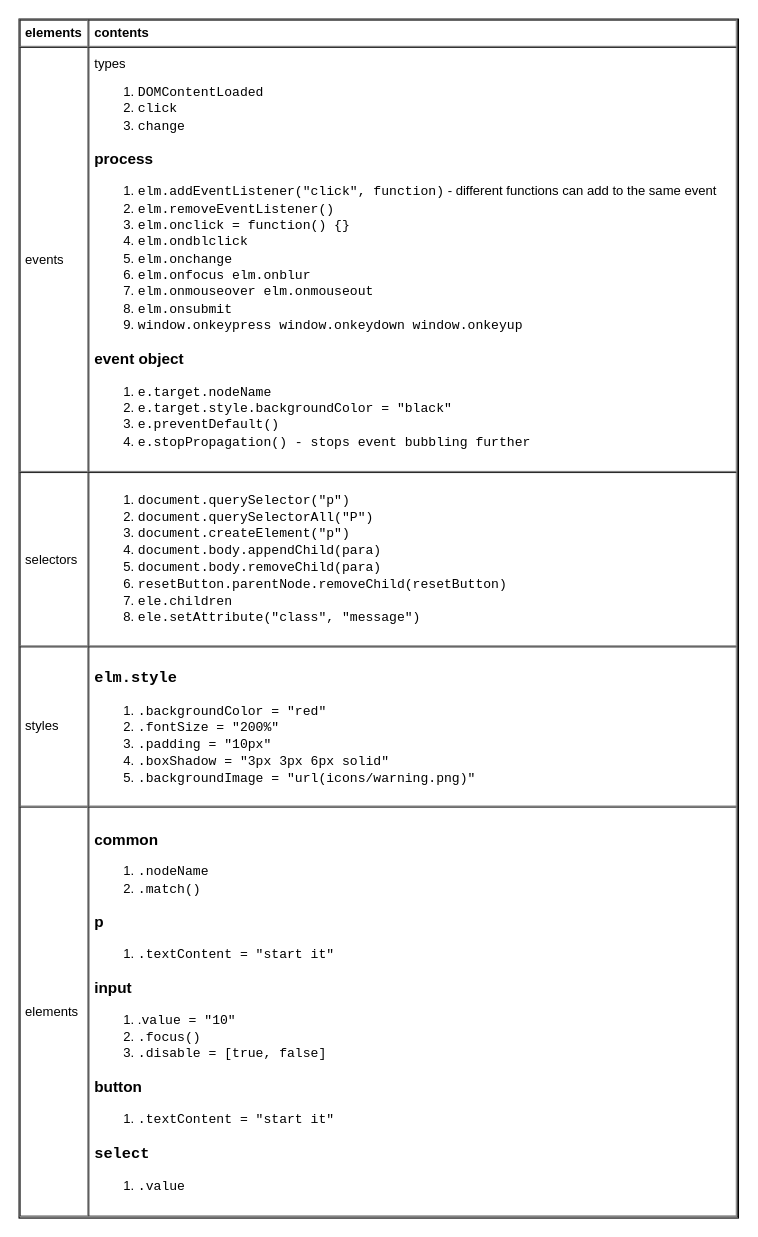
Earlier version of the draw.io diagram page "dom" (2 of 4) of languages/javascript/javascript.drawio (yangdj/tf_docs). Source tidied: cells renumbered, new cells numbered last; positions are measured from the earlier drawing's top-left corner, leaving out a move shared by most shapes. Both pictures are drawn from the tidied source at 109%, with x=0, y=0 at pixel (19, 19).
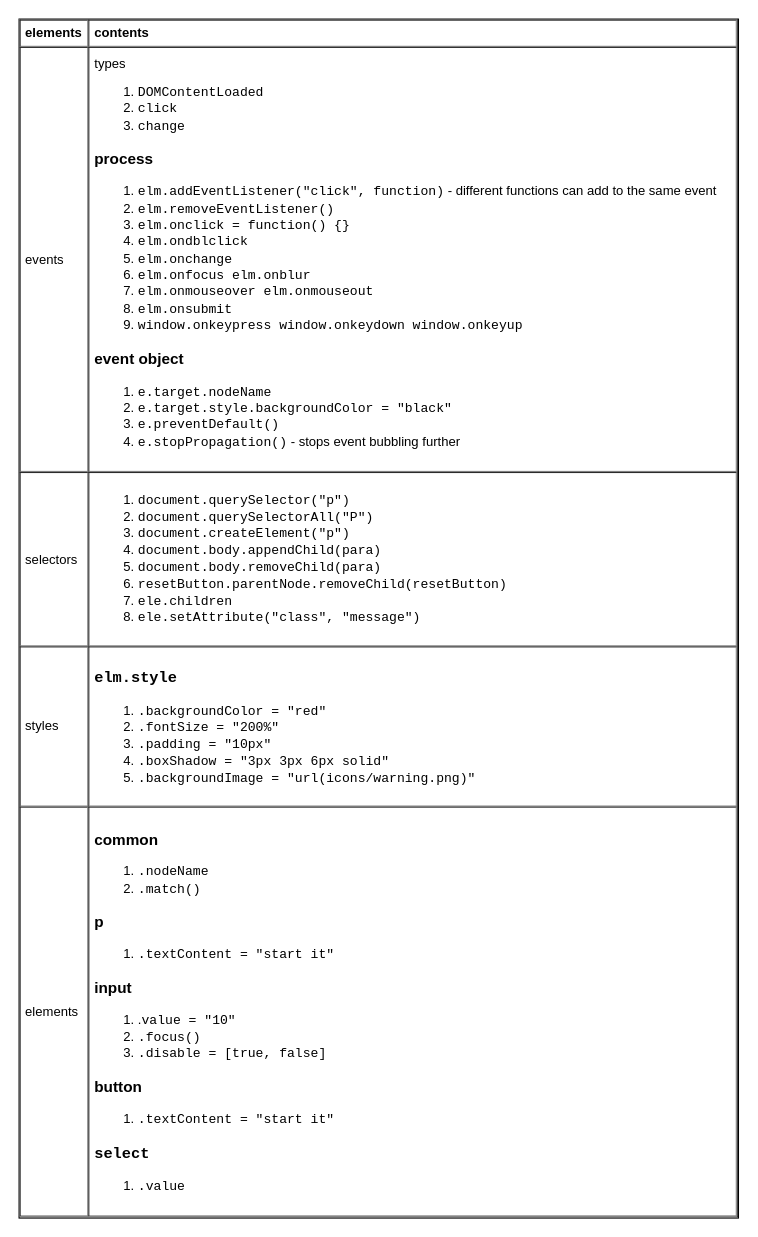
After the change.

The edit, as a diff of the source:
```diff
@@
 <mxGraphModel>
   <root>
     <mxCell id="0" />
     <mxCell id="1" parent="0" />
-    <mxCell id="2" value="&lt;table cellpadding=&quot;4&quot; cellspacing=&quot;0&quot; border=&quot;1&quot; style=&quot;font-size: 1em ; width: 100% ; height: 100%&quot;&gt;&lt;tbody&gt;&lt;tr&gt;&lt;th&gt;elements&lt;/th&gt;&lt;th&gt;contents&lt;/th&gt;&lt;/tr&gt;&lt;tr&gt;&lt;td&gt;events&lt;/td&gt;&lt;td&gt;&lt;div&gt;types&lt;/div&gt;&lt;ol&gt;&lt;li&gt;&lt;font face=&quot;Courier New&quot;&gt;DOMContentLoaded&lt;/font&gt;&lt;/li&gt;&lt;li&gt;&lt;font face=&quot;Courier New&quot;&gt;click&lt;/font&gt;&lt;/li&gt;&lt;li&gt;&lt;font face=&quot;Courier New&quot;&gt;change&lt;/font&gt;&lt;/li&gt;&lt;/ol&gt;&lt;h3&gt;process&lt;/h3&gt;&lt;ol&gt;&lt;li&gt;&lt;font face=&quot;Courier New&quot;&gt;elm.addEventListener(&quot;click&quot;, function)&lt;/font&gt;&amp;nbsp;- different functions can add to the same event&lt;/li&gt;&lt;li&gt;&lt;font face=&quot;Courier New&quot;&gt;elm.removeEventListener()&lt;/font&gt;&lt;/li&gt;&lt;li&gt;&lt;font face=&quot;Courier New&quot;&gt;elm.onclick = function() {}&lt;/font&gt;&lt;/li&gt;&lt;li&gt;&lt;font face=&quot;Courier New&quot;&gt;elm.ondblclick&lt;/font&gt;&lt;/li&gt;&lt;li&gt;&lt;font face=&quot;Courier New&quot;&gt;elm.onchange&lt;/font&gt;&lt;/li&gt;&lt;li&gt;&lt;font face=&quot;Courier New&quot;&gt;elm.onfocus elm.onblur&lt;/font&gt;&lt;/li&gt;&lt;li&gt;&lt;font face=&quot;Courier New&quot;&gt;elm.onmouseover elm.onmouseout&lt;/font&gt;&lt;/li&gt;&lt;li&gt;&lt;font face=&quot;Courier New&quot;&gt;elm.onsubmit&lt;/font&gt;&lt;/li&gt;&lt;li&gt;&lt;font face=&quot;Courier New&quot;&gt;window.onkeypress window.onkeydown window.onkeyup&lt;/font&gt;&lt;/li&gt;&lt;/ol&gt;&lt;h3&gt;event object&lt;/h3&gt;&lt;div&gt;&lt;ol&gt;&lt;li&gt;&lt;font face=&quot;Courier New&quot;&gt;e.target.nodeName&lt;/font&gt;&lt;/li&gt;&lt;li&gt;&lt;font face=&quot;Courier New&quot;&gt;e.target.style.backgroundColor = &quot;black&quot;&lt;/font&gt;&lt;/li&gt;&lt;li&gt;&lt;font face=&quot;Courier New&quot;&gt;e.preventDefault()&lt;/font&gt;&lt;/li&gt;&lt;li&gt;&lt;font face=&quot;Courier New&quot;&gt;e.stopPropagation() - stops event bubbling further&lt;/font&gt;&lt;/li&gt;&lt;/ol&gt;&lt;/div&gt;&lt;/td&gt;&lt;/tr&gt;&lt;tr&gt;&lt;td&gt;selectors&lt;/td&gt;&lt;td&gt;&lt;ol&gt;&lt;li&gt;&lt;font face=&quot;Courier New&quot;&gt;document.querySelector(&quot;p&quot;)&lt;/font&gt;&lt;/li&gt;&lt;li&gt;&lt;font face=&quot;Courier New&quot;&gt;document.querySelectorAll(&quot;P&quot;)&lt;/font&gt;&lt;/li&gt;&lt;li&gt;&lt;font face=&quot;Courier New&quot;&gt;document.createElement(&quot;p&quot;)&lt;/font&gt;&lt;/li&gt;&lt;li&gt;&lt;font face=&quot;Courier New&quot;&gt;document.body.appendChild(para)&lt;/font&gt;&lt;/li&gt;&lt;li&gt;&lt;font face=&quot;Courier New&quot;&gt;document.body.removeChild(para)&lt;/font&gt;&lt;/li&gt;&lt;li&gt;&lt;font face=&quot;Courier New&quot;&gt;resetButton.parentNode.removeChild(resetButton)&lt;/font&gt;&lt;/li&gt;&lt;li&gt;&lt;font face=&quot;Courier New&quot;&gt;ele.children&lt;/font&gt;&lt;/li&gt;&lt;li&gt;&lt;font face=&quot;Courier New&quot;&gt;ele.setAttribute(&quot;class&quot;, &quot;message&quot;)&lt;/font&gt;&lt;/li&gt;&lt;/ol&gt;&lt;/td&gt;&lt;/tr&gt;&lt;tr&gt;&lt;td&gt;styles&lt;/td&gt;&lt;td&gt;&lt;h3&gt;&lt;font face=&quot;Courier New&quot;&gt;elm.style&lt;/font&gt;&lt;/h3&gt;&lt;ol&gt;&lt;li&gt;&lt;font face=&quot;Courier New&quot;&gt;.backgroundColor = &quot;red&quot;&lt;/font&gt;&lt;/li&gt;&lt;li&gt;&lt;font face=&quot;Courier New&quot;&gt;.fontSize = &quot;200%&quot;&lt;/font&gt;&lt;/li&gt;&lt;li&gt;&lt;font face=&quot;Courier New&quot;&gt;.padding = &quot;10px&quot;&lt;/font&gt;&lt;/li&gt;&lt;li&gt;&lt;font face=&quot;Courier New&quot;&gt;.boxShadow = &quot;3px 3px 6px solid&quot;&lt;/font&gt;&lt;/li&gt;&lt;li&gt;&lt;font face=&quot;Courier New&quot;&gt;.backgroundImage = &quot;url(icons/warning.png)&quot;&lt;/font&gt;&lt;/li&gt;&lt;/ol&gt;&lt;/td&gt;&lt;/tr&gt;&lt;tr&gt;&lt;td&gt;elements&lt;/td&gt;&lt;td&gt;&lt;h3&gt;common&lt;/h3&gt;&lt;div&gt;&lt;ol&gt;&lt;li&gt;&lt;font face=&quot;Courier New&quot;&gt;.nodeName&lt;/font&gt;&lt;/li&gt;&lt;li&gt;&lt;font face=&quot;Courier New&quot;&gt;.match()&lt;/font&gt;&lt;/li&gt;&lt;/ol&gt;&lt;/div&gt;&lt;h3&gt;p&lt;/h3&gt;&lt;div&gt;&lt;ol&gt;&lt;li&gt;&lt;font face=&quot;Courier New&quot;&gt;.textContent&amp;nbsp;= &quot;start it&quot;&lt;/font&gt;&lt;/li&gt;&lt;/ol&gt;&lt;h3&gt;input&lt;/h3&gt;&lt;/div&gt;&lt;div&gt;&lt;ol&gt;&lt;li&gt;.&lt;font face=&quot;Courier New&quot;&gt;value = &quot;10&quot;&lt;/font&gt;&lt;/li&gt;&lt;li&gt;&lt;font face=&quot;Courier New&quot;&gt;.focus()&lt;/font&gt;&lt;/li&gt;&lt;li&gt;&lt;font face=&quot;Courier New&quot;&gt;.disable = [true, false]&lt;/font&gt;&lt;/li&gt;&lt;/ol&gt;&lt;h3&gt;button&lt;/h3&gt;&lt;/div&gt;&lt;div&gt;&lt;ol&gt;&lt;li&gt;&lt;font face=&quot;Courier New&quot;&gt;.textContent = &quot;start it&quot;&lt;/font&gt;&lt;/li&gt;&lt;/ol&gt;&lt;h3&gt;&lt;font face=&quot;Courier New&quot;&gt;select&lt;/font&gt;&lt;/h3&gt;&lt;/div&gt;&lt;div&gt;&lt;ol&gt;&lt;li&gt;&lt;font face=&quot;Courier New&quot;&gt;.value&lt;/font&gt;&lt;/li&gt;&lt;/ol&gt;&lt;/div&gt;&lt;/td&gt;&lt;/tr&gt;&lt;/tbody&gt;&lt;/table&gt; " style="verticalAlign=top;align=left;overflow=fill;fontSize=12;fontFamily=Helvetica;html=1;" parent="1" vertex="1">
+    <mxCell id="2" value="&lt;table cellpadding=&quot;4&quot; cellspacing=&quot;0&quot; border=&quot;1&quot; style=&quot;font-size: 1em ; width: 100% ; height: 100%&quot;&gt;&lt;tbody&gt;&lt;tr&gt;&lt;th&gt;elements&lt;/th&gt;&lt;th&gt;contents&lt;/th&gt;&lt;/tr&gt;&lt;tr&gt;&lt;td&gt;events&lt;/td&gt;&lt;td&gt;&lt;div&gt;types&lt;/div&gt;&lt;ol&gt;&lt;li&gt;&lt;font face=&quot;Courier New&quot;&gt;DOMContentLoaded&lt;/font&gt;&lt;/li&gt;&lt;li&gt;&lt;font face=&quot;Courier New&quot;&gt;click&lt;/font&gt;&lt;/li&gt;&lt;li&gt;&lt;font face=&quot;Courier New&quot;&gt;change&lt;/font&gt;&lt;/li&gt;&lt;/ol&gt;&lt;h3&gt;process&lt;/h3&gt;&lt;ol&gt;&lt;li&gt;&lt;font face=&quot;Courier New&quot;&gt;elm.addEventListener(&quot;click&quot;, function)&lt;/font&gt;&amp;nbsp;- different functions can add to the same event&lt;/li&gt;&lt;li&gt;&lt;font face=&quot;Courier New&quot;&gt;elm.removeEventListener()&lt;/font&gt;&lt;/li&gt;&lt;li&gt;&lt;font face=&quot;Courier New&quot;&gt;elm.onclick = function() {}&lt;/font&gt;&lt;/li&gt;&lt;li&gt;&lt;font face=&quot;Courier New&quot;&gt;elm.ondblclick&lt;/font&gt;&lt;/li&gt;&lt;li&gt;&lt;font face=&quot;Courier New&quot;&gt;elm.onchange&lt;/font&gt;&lt;/li&gt;&lt;li&gt;&lt;font face=&quot;Courier New&quot;&gt;elm.onfocus elm.onblur&lt;/font&gt;&lt;/li&gt;&lt;li&gt;&lt;font face=&quot;Courier New&quot;&gt;elm.onmouseover elm.onmouseout&lt;/font&gt;&lt;/li&gt;&lt;li&gt;&lt;font face=&quot;Courier New&quot;&gt;elm.onsubmit&lt;/font&gt;&lt;/li&gt;&lt;li&gt;&lt;font face=&quot;Courier New&quot;&gt;window.onkeypress window.onkeydown window.onkeyup&lt;/font&gt;&lt;/li&gt;&lt;/ol&gt;&lt;h3&gt;event object&lt;/h3&gt;&lt;div&gt;&lt;ol&gt;&lt;li&gt;&lt;font face=&quot;Courier New&quot;&gt;e.target.nodeName&lt;/font&gt;&lt;/li&gt;&lt;li&gt;&lt;font face=&quot;Courier New&quot;&gt;e.target.style.backgroundColor = &quot;black&quot;&lt;/font&gt;&lt;/li&gt;&lt;li&gt;&lt;font face=&quot;Courier New&quot;&gt;e.preventDefault()&lt;/font&gt;&lt;/li&gt;&lt;li&gt;&lt;font face=&quot;Courier New&quot;&gt;e.stopPropagation()&lt;/font&gt; - stops event bubbling further&lt;/li&gt;&lt;/ol&gt;&lt;/div&gt;&lt;/td&gt;&lt;/tr&gt;&lt;tr&gt;&lt;td&gt;selectors&lt;/td&gt;&lt;td&gt;&lt;ol&gt;&lt;li&gt;&lt;font face=&quot;Courier New&quot;&gt;document.querySelector(&quot;p&quot;)&lt;/font&gt;&lt;/li&gt;&lt;li&gt;&lt;font face=&quot;Courier New&quot;&gt;document.querySelectorAll(&quot;P&quot;)&lt;/font&gt;&lt;/li&gt;&lt;li&gt;&lt;font face=&quot;Courier New&quot;&gt;document.createElement(&quot;p&quot;)&lt;/font&gt;&lt;/li&gt;&lt;li&gt;&lt;font face=&quot;Courier New&quot;&gt;document.body.appendChild(para)&lt;/font&gt;&lt;/li&gt;&lt;li&gt;&lt;font face=&quot;Courier New&quot;&gt;document.body.removeChild(para)&lt;/font&gt;&lt;/li&gt;&lt;li&gt;&lt;font face=&quot;Courier New&quot;&gt;resetButton.parentNode.removeChild(resetButton)&lt;/font&gt;&lt;/li&gt;&lt;li&gt;&lt;font face=&quot;Courier New&quot;&gt;ele.children&lt;/font&gt;&lt;/li&gt;&lt;li&gt;&lt;font face=&quot;Courier New&quot;&gt;ele.setAttribute(&quot;class&quot;, &quot;message&quot;)&lt;/font&gt;&lt;/li&gt;&lt;/ol&gt;&lt;/td&gt;&lt;/tr&gt;&lt;tr&gt;&lt;td&gt;styles&lt;/td&gt;&lt;td&gt;&lt;h3&gt;&lt;font face=&quot;Courier New&quot;&gt;elm.style&lt;/font&gt;&lt;/h3&gt;&lt;ol&gt;&lt;li&gt;&lt;font face=&quot;Courier New&quot;&gt;.backgroundColor = &quot;red&quot;&lt;/font&gt;&lt;/li&gt;&lt;li&gt;&lt;font face=&quot;Courier New&quot;&gt;.fontSize = &quot;200%&quot;&lt;/font&gt;&lt;/li&gt;&lt;li&gt;&lt;font face=&quot;Courier New&quot;&gt;.padding = &quot;10px&quot;&lt;/font&gt;&lt;/li&gt;&lt;li&gt;&lt;font face=&quot;Courier New&quot;&gt;.boxShadow = &quot;3px 3px 6px solid&quot;&lt;/font&gt;&lt;/li&gt;&lt;li&gt;&lt;font face=&quot;Courier New&quot;&gt;.backgroundImage = &quot;url(icons/warning.png)&quot;&lt;/font&gt;&lt;/li&gt;&lt;/ol&gt;&lt;/td&gt;&lt;/tr&gt;&lt;tr&gt;&lt;td&gt;elements&lt;/td&gt;&lt;td&gt;&lt;h3&gt;common&lt;/h3&gt;&lt;div&gt;&lt;ol&gt;&lt;li&gt;&lt;font face=&quot;Courier New&quot;&gt;.nodeName&lt;/font&gt;&lt;/li&gt;&lt;li&gt;&lt;font face=&quot;Courier New&quot;&gt;.match()&lt;/font&gt;&lt;/li&gt;&lt;/ol&gt;&lt;/div&gt;&lt;h3&gt;p&lt;/h3&gt;&lt;div&gt;&lt;ol&gt;&lt;li&gt;&lt;font face=&quot;Courier New&quot;&gt;.textContent&amp;nbsp;= &quot;start it&quot;&lt;/font&gt;&lt;/li&gt;&lt;/ol&gt;&lt;h3&gt;input&lt;/h3&gt;&lt;/div&gt;&lt;div&gt;&lt;ol&gt;&lt;li&gt;.&lt;font face=&quot;Courier New&quot;&gt;value = &quot;10&quot;&lt;/font&gt;&lt;/li&gt;&lt;li&gt;&lt;font face=&quot;Courier New&quot;&gt;.focus()&lt;/font&gt;&lt;/li&gt;&lt;li&gt;&lt;font face=&quot;Courier New&quot;&gt;.disable = [true, false]&lt;/font&gt;&lt;/li&gt;&lt;/ol&gt;&lt;h3&gt;button&lt;/h3&gt;&lt;/div&gt;&lt;div&gt;&lt;ol&gt;&lt;li&gt;&lt;font face=&quot;Courier New&quot;&gt;.textContent = &quot;start it&quot;&lt;/font&gt;&lt;/li&gt;&lt;/ol&gt;&lt;h3&gt;&lt;font face=&quot;Courier New&quot;&gt;select&lt;/font&gt;&lt;/h3&gt;&lt;/div&gt;&lt;div&gt;&lt;ol&gt;&lt;li&gt;&lt;font face=&quot;Courier New&quot;&gt;.value&lt;/font&gt;&lt;/li&gt;&lt;/ol&gt;&lt;/div&gt;&lt;/td&gt;&lt;/tr&gt;&lt;/tbody&gt;&lt;/table&gt; " style="verticalAlign=top;align=left;overflow=fill;fontSize=12;fontFamily=Helvetica;html=1;" parent="1" vertex="1">
       <mxGeometry width="660" height="1100" as="geometry" />
     </mxCell>
   </root>
 </mxGraphModel>
```
